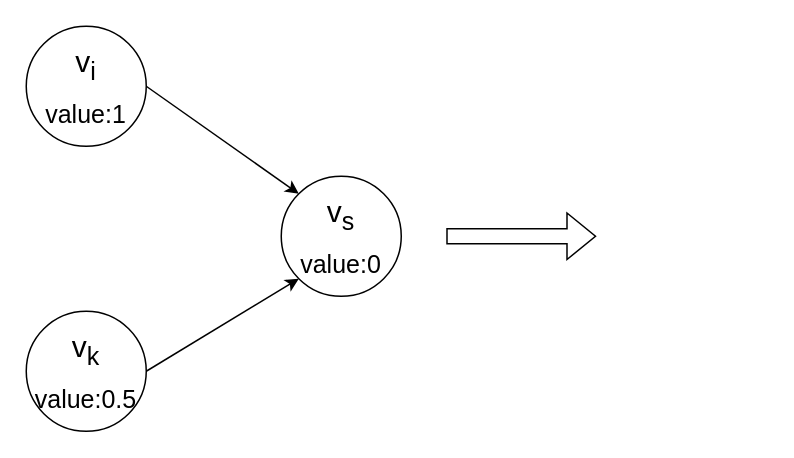
Earlier version of the draw.io diagram docs/propagationNeighbor.drawio (josura/c2c-sepia). Source tidied: cells renumbered, new cells numbered last; positions are measured from the earlier drawing's top-left corner, leaving out a move shared by most shapes. Both pictures are drawn from the tidied source at 150%, with x=0, y=0 at pixel (26, 26). Pictures stored in the file or linked from it are replaced by grey dashed boxes.
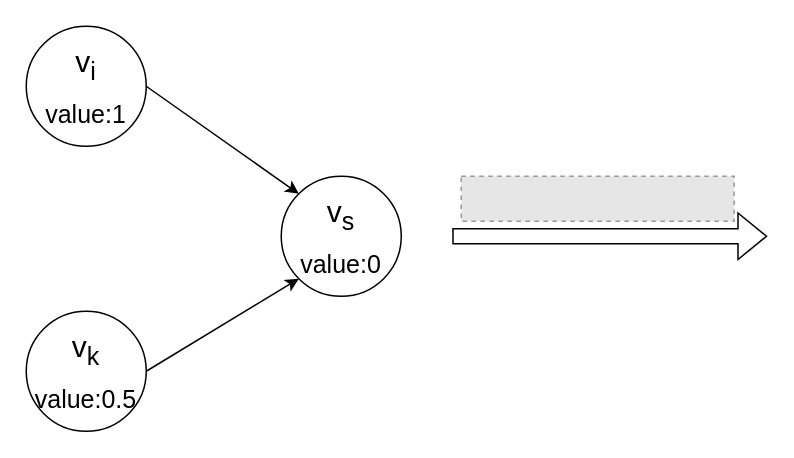
After the change.

The edit, as a diff of the source:
```diff
@@
 <mxGraphModel>
   <root>
     <mxCell id="0" />
     <mxCell id="1" parent="0" />
     <mxCell id="2" style="rounded=0;jettySize=auto;html=1;exitX=1;exitY=0.5;exitDx=0;exitDy=0;entryX=0;entryY=0;entryDx=0;entryDy=0;" parent="1" edge="1" source="3" target="6">
       <mxGeometry relative="1" as="geometry" />
     </mxCell>
     <mxCell id="3" value="&lt;div&gt;v&lt;sub&gt;i&lt;br&gt;&lt;/sub&gt;&lt;/div&gt;&lt;sub&gt;value:1&lt;/sub&gt;" style="ellipse;whiteSpace=wrap;html=1;fontSize=20;" parent="1" vertex="1">
       <mxGeometry width="80" height="80" as="geometry" />
     </mxCell>
     <mxCell id="4" style="rounded=0;jettySize=auto;html=1;exitX=1;exitY=0.5;exitDx=0;exitDy=0;entryX=0;entryY=1;entryDx=0;entryDy=0;" parent="1" edge="1" source="5" target="6">
       <mxGeometry relative="1" as="geometry" />
     </mxCell>
     <mxCell id="5" value="&lt;div&gt;v&lt;sub&gt;k&lt;br&gt;&lt;/sub&gt;&lt;/div&gt;&lt;sub&gt;value:0.5&lt;/sub&gt;" style="ellipse;whiteSpace=wrap;html=1;fontSize=20;" parent="1" vertex="1">
       <mxGeometry y="190" width="80" height="80" as="geometry" />
     </mxCell>
     <mxCell id="6" value="&lt;div&gt;v&lt;sub&gt;s&lt;br&gt;&lt;/sub&gt;&lt;/div&gt;&lt;sub&gt;value:0&lt;/sub&gt;" style="ellipse;whiteSpace=wrap;html=1;fontSize=20;" parent="1" vertex="1">
       <mxGeometry x="170" y="100" width="80" height="80" as="geometry" />
     </mxCell>
     <mxCell id="7" style="shape=flexArrow;endArrow=classic;html=1;rounded=0;" parent="1" edge="1">
       <mxGeometry relative="1" as="geometry">
-        <mxPoint x="280" y="140" as="sourcePoint" />
-        <mxPoint x="380" y="140" as="targetPoint" />
+        <mxPoint x="284" y="140" as="sourcePoint" />
+        <mxPoint x="494" y="140" as="targetPoint" />
       </mxGeometry>
     </mxCell>
+    <mxCell id="8" style="fillColor=#E6E6E6;strokeColor=#999999;dashed=1;verticalLabelPosition=bottom;labelBackgroundColor=default;verticalAlign=top;" parent="1" vertex="1">
+      <mxGeometry x="290" y="100" width="181.9" height="30" as="geometry" />
+    </mxCell>
   </root>
 </mxGraphModel>
```
